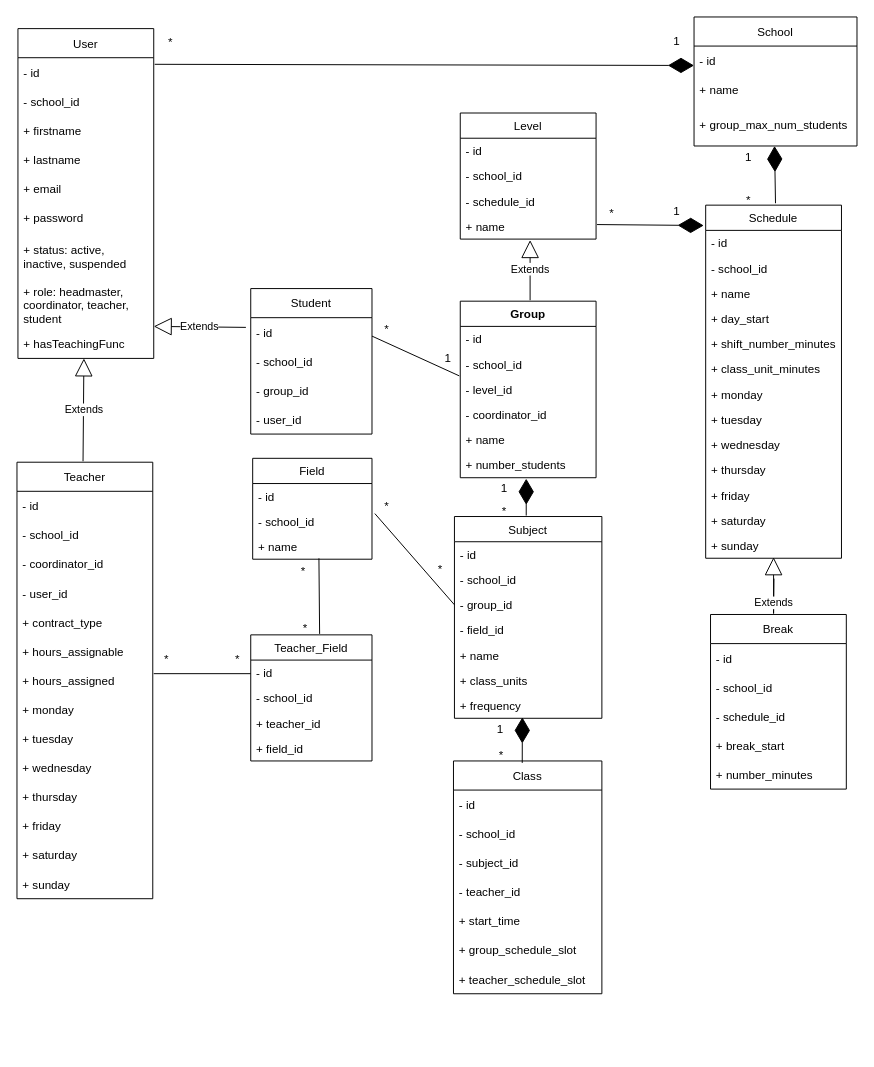
Earlier version of the draw.io diagram stages/3_Design/entities/entities_UML.drawio (JeromeVargas/schedule_maker). Source tidied: cells renumbered, new cells numbered last; positions are measured from the earlier drawing's top-left corner, leaving out a move shared by most shapes. Both pictures are drawn from the tidied source at 97%, with x=0, y=0 at pixel (16, 16).
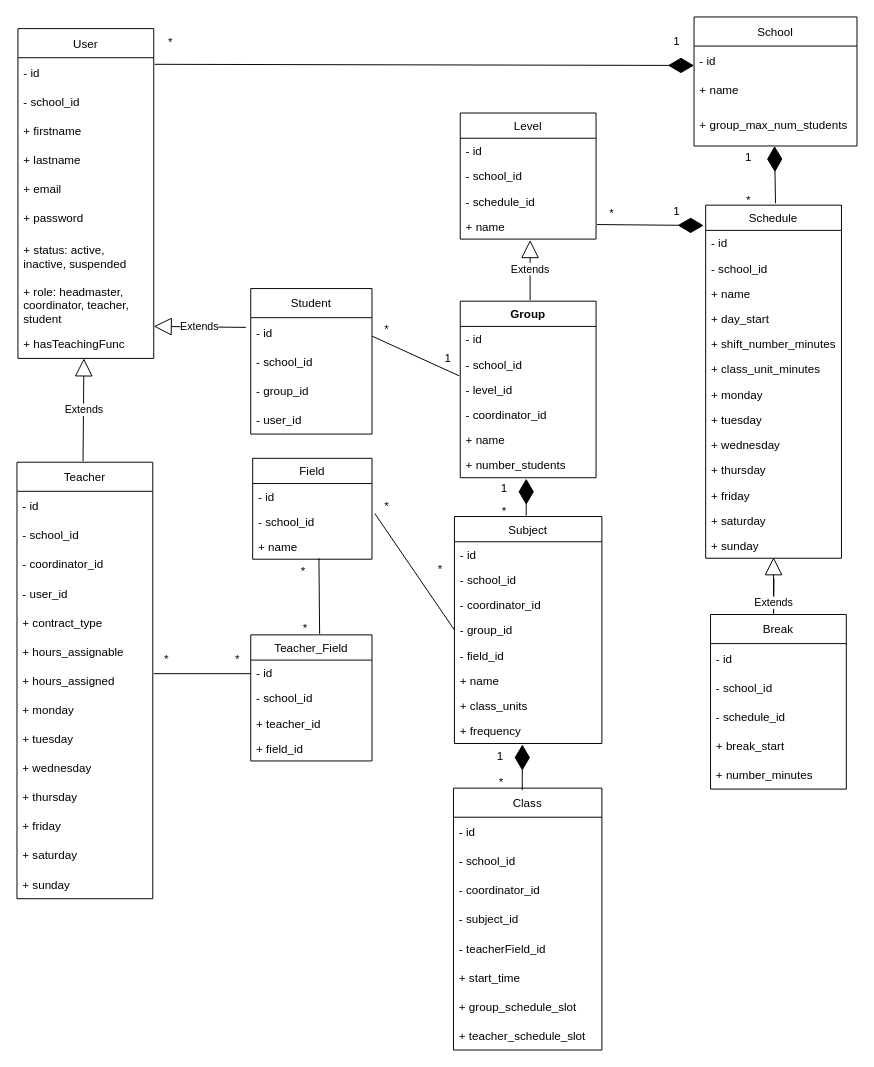
After the change.

The edit, as a diff of the source:
```diff
@@
     <mxCell id="42" value="Subject" style="swimlane;fontStyle=0;horizontal=1;startSize=26;fillColor=none;" parent="1" vertex="1">
-      <mxGeometry x="451" y="515" width="152" height="208" as="geometry" />
+      <mxGeometry x="451" y="515" width="152" height="234" as="geometry" />
     </mxCell>
@@
+    <mxCell id="124" value="- coordinator_id" style="text;strokeColor=none;fillColor=none;align=left;verticalAlign=top;spacingLeft=4;spacingRight=4;overflow=hidden;" parent="42" vertex="1">
+      <mxGeometry y="78" width="152" height="26" as="geometry" />
+    </mxCell>
     <mxCell id="45" value="- group_id" style="text;strokeColor=none;fillColor=none;align=left;verticalAlign=top;spacingLeft=4;spacingRight=4;overflow=hidden;points=[[0,0.5],[1,0.5]];portConstraint=eastwest;" parent="42" vertex="1">
-      <mxGeometry y="78" width="152" height="26" as="geometry" />
+      <mxGeometry y="104" width="152" height="26" as="geometry" />
     </mxCell>
     <mxCell id="46" value="- field_id" style="text;strokeColor=none;fillColor=none;align=left;verticalAlign=top;spacingLeft=4;spacingRight=4;overflow=hidden;" parent="42" vertex="1">
-      <mxGeometry y="104" width="152" height="26" as="geometry" />
+      <mxGeometry y="130" width="152" height="26" as="geometry" />
     </mxCell>
     <mxCell id="47" value="+ name" style="text;strokeColor=none;fillColor=none;align=left;verticalAlign=top;spacingLeft=4;spacingRight=4;overflow=hidden;" parent="42" vertex="1">
-      <mxGeometry y="130" width="152" height="26" as="geometry" />
+      <mxGeometry y="156" width="152" height="26" as="geometry" />
     </mxCell>
     <mxCell id="48" value="+ class_units" style="text;strokeColor=none;fillColor=none;align=left;verticalAlign=top;spacingLeft=4;spacingRight=4;overflow=hidden;" parent="42" vertex="1">
-      <mxGeometry y="156" width="152" height="26" as="geometry" />
+      <mxGeometry y="182" width="152" height="26" as="geometry" />
     </mxCell>
     <mxCell id="49" value="+ frequency" style="text;strokeColor=none;fillColor=none;align=left;verticalAlign=top;spacingLeft=4;spacingRight=4;overflow=hidden;whiteSpace=wrap;" parent="42" vertex="1">
-      <mxGeometry y="182" width="152" height="26" as="geometry" />
+      <mxGeometry y="208" width="152" height="26" as="geometry" />
     </mxCell>
     <mxCell id="50" value="Class" style="swimlane;fontStyle=0;horizontal=1;startSize=30;" parent="1" vertex="1">
-      <mxGeometry x="450" y="767" width="153" height="240" as="geometry" />
+      <mxGeometry x="450" y="795" width="153" height="270" as="geometry" />
     </mxCell>
@@
+    <mxCell id="125" value="- coordinator_id" style="text;strokeColor=none;fillColor=none;align=left;verticalAlign=middle;spacingLeft=4;spacingRight=4;overflow=hidden;" parent="50" vertex="1">
+      <mxGeometry y="90" width="153" height="30" as="geometry" />
+    </mxCell>
     <mxCell id="53" value="- subject_id" style="text;strokeColor=none;fillColor=none;align=left;verticalAlign=middle;spacingLeft=4;spacingRight=4;overflow=hidden;" parent="50" vertex="1">
-      <mxGeometry y="90" width="153" height="30" as="geometry" />
+      <mxGeometry y="120" width="153" height="30" as="geometry" />
     </mxCell>
-    <mxCell id="54" value="- teacher_id" style="text;strokeColor=none;fillColor=none;align=left;verticalAlign=middle;spacingLeft=4;spacingRight=4;overflow=hidden;" parent="50" vertex="1">
-      <mxGeometry y="120" width="153" height="30" as="geometry" />
+    <mxCell id="54" value="- teacherField_id" style="text;strokeColor=none;fillColor=none;align=left;verticalAlign=middle;spacingLeft=4;spacingRight=4;overflow=hidden;" parent="50" vertex="1">
+      <mxGeometry y="150" width="153" height="30" as="geometry" />
     </mxCell>
     <mxCell id="55" value="+ start_time" style="text;strokeColor=none;fillColor=none;align=left;verticalAlign=middle;spacingLeft=4;spacingRight=4;overflow=hidden;" parent="50" vertex="1">
-      <mxGeometry y="150" width="153" height="30" as="geometry" />
+      <mxGeometry y="180" width="153" height="30" as="geometry" />
     </mxCell>
     <mxCell id="56" value="+ group_schedule_slot" style="text;strokeColor=none;fillColor=none;align=left;verticalAlign=middle;spacingLeft=4;spacingRight=4;overflow=hidden;" parent="50" vertex="1">
-      <mxGeometry y="180" width="153" height="30" as="geometry" />
+      <mxGeometry y="210" width="153" height="30" as="geometry" />
     </mxCell>
     <mxCell id="57" value="+ teacher_schedule_slot" style="text;strokeColor=none;fillColor=none;align=left;verticalAlign=middle;spacingLeft=4;spacingRight=4;overflow=hidden;" parent="50" vertex="1">
-      <mxGeometry y="210" width="153" height="30" as="geometry" />
+      <mxGeometry y="240" width="153" height="30" as="geometry" />
     </mxCell>
@@
     <mxCell id="91" style="endArrow=diamondThin;endFill=1;endSize=24;html=1;rounded=0;exitX=0.492;exitY=0.033;exitDx=0;exitDy=0;exitPerimeter=0;" parent="1" edge="1">
       <mxGeometry relative="1" as="geometry">
-        <mxPoint x="520.9" y="769" as="sourcePoint" />
-        <mxPoint x="521" y="722" as="targetPoint" />
+        <mxPoint x="520.9" y="797" as="sourcePoint" />
+        <mxPoint x="521" y="750" as="targetPoint" />
       </mxGeometry>
     </mxCell>
     <mxCell id="92" value="1" style="text;html=1;align=center;verticalAlign=middle;strokeColor=none;fillColor=none;" parent="1" vertex="1">
-      <mxGeometry x="483" y="720" width="30" height="30" as="geometry" />
+      <mxGeometry x="483" y="748" width="30" height="30" as="geometry" />
     </mxCell>
     <mxCell id="93" value="*" style="text;html=1;align=center;verticalAlign=middle;strokeColor=none;fillColor=none;" parent="1" vertex="1">
-      <mxGeometry x="484" y="746" width="30" height="30" as="geometry" />
+      <mxGeometry x="484" y="774" width="30" height="30" as="geometry" />
     </mxCell>
```
